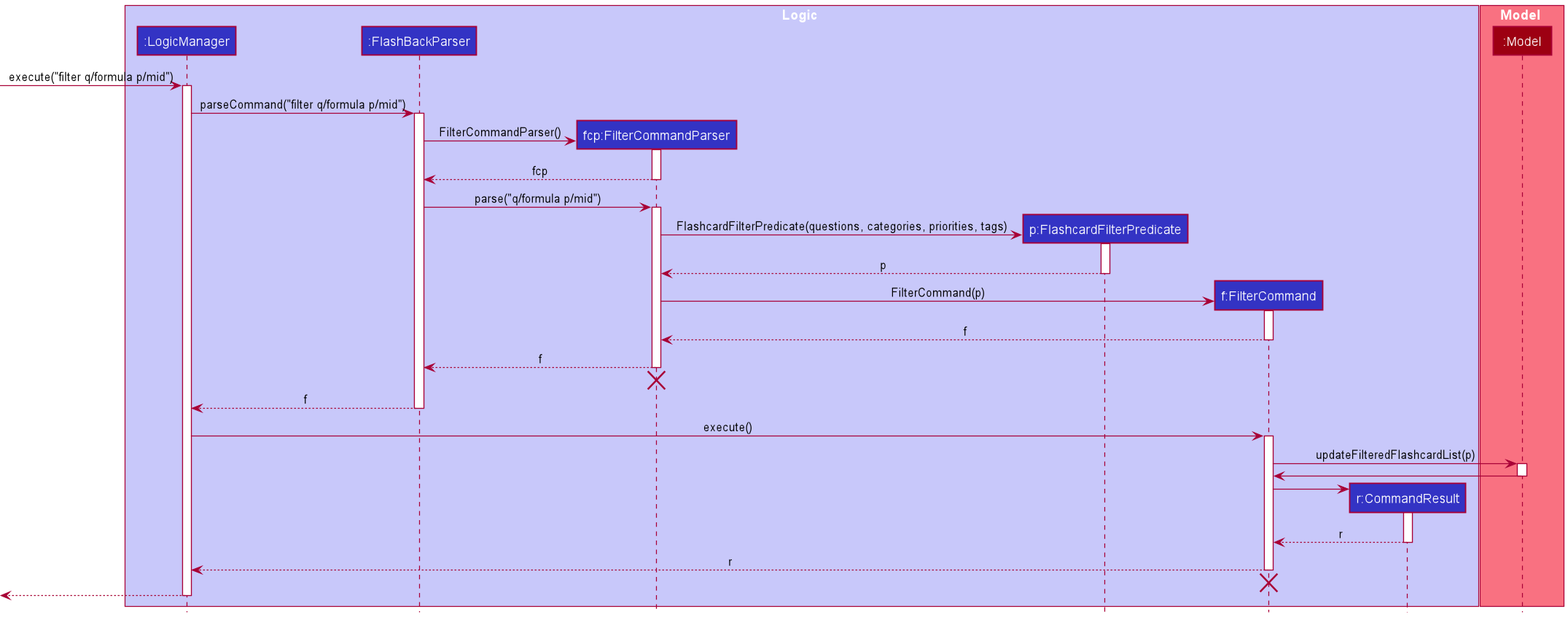
This is docs/images/FilterSequenceDiagram.png from nus-cs2103-AY2021S2/tp, a PlantUML export, as it was before one commit. Source of this version:
```plantuml
@startuml
!include style.puml

box Logic LOGIC_COLOR_T1
participant ":LogicManager" as LogicManager LOGIC_COLOR
participant ":FlashBackParser" as FlashBackParser LOGIC_COLOR
participant "fcp:FilterCommandParser" as FilterCommandParser LOGIC_COLOR
participant "p:FlashcardFilterPredicate" as FlashcardFilterPredicate LOGIC_COLOR
participant "f:FilterCommand" as FilterCommand LOGIC_COLOR
participant "r:CommandResult" as CommandResult LOGIC_COLOR
end box

box Model MODEL_COLOR_T1
participant ":Model" as Model MODEL_COLOR
end box
[-> LogicManager : execute("filter q/formula p/mid")
activate LogicManager

LogicManager -> FlashBackParser : parseCommand("filter q/formula p/mid")
activate FlashBackParser

create FilterCommandParser
FlashBackParser -> FilterCommandParser : FilterCommandParser()
activate FilterCommandParser

FilterCommandParser --> FlashBackParser : fcp
deactivate FilterCommandParser

FlashBackParser -> FilterCommandParser : parse("q/formula p/mid")
activate FilterCommandParser

create FlashcardFilterPredicate
FilterCommandParser -> FlashcardFilterPredicate : FlashcardFilterPredicate(questions, categories, priorities, tags)
activate FlashcardFilterPredicate

FlashcardFilterPredicate --> FilterCommandParser : p
deactivate FlashcardFilterPredicate

create FilterCommand
FilterCommandParser -> FilterCommand : FilterCommand(p)
activate FilterCommand

FilterCommand --> FilterCommandParser : f
deactivate FilterCommand

FilterCommandParser --> FlashBackParser : f
deactivate FilterCommandParser
FilterCommandParser -[hidden]-> FlashBackParser
destroy FilterCommandParser

FlashBackParser --> LogicManager : f
deactivate FlashBackParser

LogicManager -> FilterCommand : execute()
activate FilterCommand

FilterCommand -> Model : updateFilteredFlashcardList(p)
activate Model

Model -> FilterCommand
deactivate Model

create CommandResult
FilterCommand -> CommandResult
activate CommandResult

CommandResult --> FilterCommand : r
deactivate CommandResult

FilterCommand --> LogicManager : r
deactivate FilterCommand
FilterCommand -[hidden]-> LogicManager
destroy FilterCommand

[<--LogicManager
deactivate LogicManager
@enduml
```
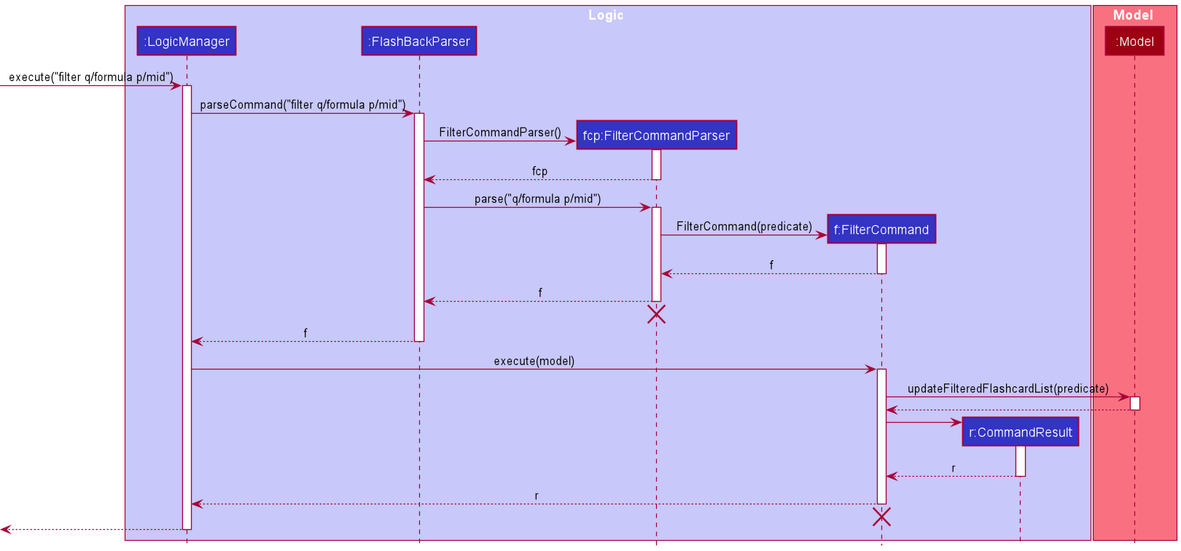
Above is the later version.

Commit message:
Update DeveloperGuide diagram

What changed in the source:
```diff
@@ -5,7 +5,6 @@
 participant ":LogicManager" as LogicManager LOGIC_COLOR
 participant ":FlashBackParser" as FlashBackParser LOGIC_COLOR
 participant "fcp:FilterCommandParser" as FilterCommandParser LOGIC_COLOR
-participant "p:FlashcardFilterPredicate" as FlashcardFilterPredicate LOGIC_COLOR
 participant "f:FilterCommand" as FilterCommand LOGIC_COLOR
 participant "r:CommandResult" as CommandResult LOGIC_COLOR
 end box
@@ -29,15 +28,8 @@
 FlashBackParser -> FilterCommandParser : parse("q/formula p/mid")
 activate FilterCommandParser
 
-create FlashcardFilterPredicate
-FilterCommandParser -> FlashcardFilterPredicate : FlashcardFilterPredicate(questions, categories, priorities, tags)
-activate FlashcardFilterPredicate
-
-FlashcardFilterPredicate --> FilterCommandParser : p
-deactivate FlashcardFilterPredicate
-
 create FilterCommand
-FilterCommandParser -> FilterCommand : FilterCommand(p)
+FilterCommandParser -> FilterCommand : FilterCommand(predicate)
 activate FilterCommand
 
 FilterCommand --> FilterCommandParser : f
@@ -51,13 +43,13 @@
 FlashBackParser --> LogicManager : f
 deactivate FlashBackParser
 
-LogicManager -> FilterCommand : execute()
+LogicManager -> FilterCommand : execute(model)
 activate FilterCommand
 
-FilterCommand -> Model : updateFilteredFlashcardList(p)
+FilterCommand -> Model : updateFilteredFlashcardList(predicate)
 activate Model
 
-Model -> FilterCommand
+Model --> FilterCommand
 deactivate Model
 
 create CommandResult
```
